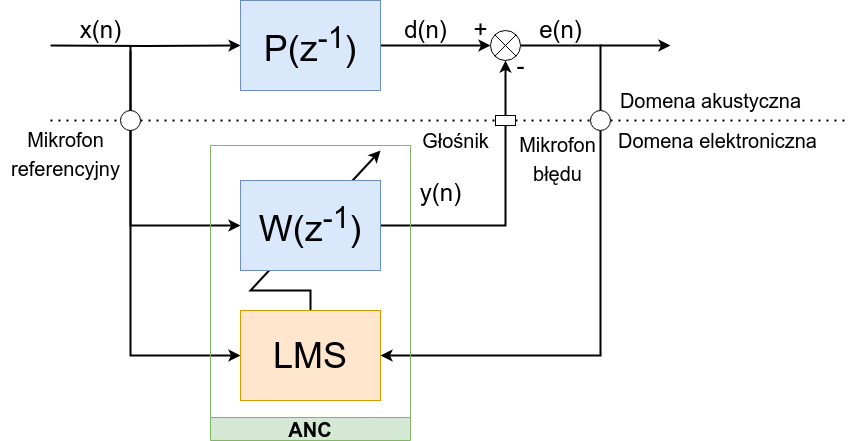
kopiecki/anc keeps this draw.io diagram as docs/polsl/thesis/graf/analysis/scheme_2.png. Above is the earlier version. Source tidied: cells renumbered, new cells last; positions are measured from the earlier drawing's top-left corner, leaving out a move shared by most shapes.
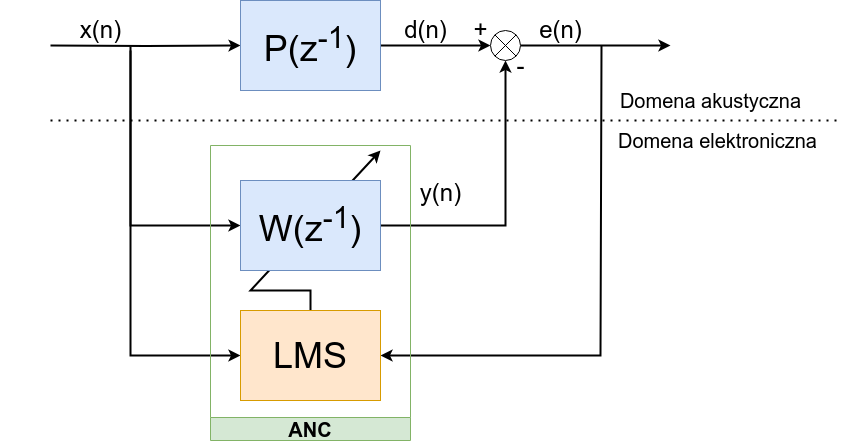
Later version of the same file.

What changed in the source:
```diff
@@ -96,45 +96,20 @@
     <mxCell id="24" value="y(n)" style="text;html=1;align=center;verticalAlign=middle;strokeColor=none;fillColor=none;fontSize=24;" parent="23" vertex="1">
       <mxGeometry x="410" y="93" width="60" height="40" as="geometry" />
     </mxCell>
-    <mxCell id="25" style="endArrow=none;dashed=1;html=1;dashPattern=1 3;strokeWidth=2;rounded=0;" parent="23" edge="1" source="30">
-      <mxGeometry relative="1" as="geometry">
-        <mxPoint x="850" y="40" as="targetPoint" />
-      </mxGeometry>
-    </mxCell>
     <mxCell id="26" value="&lt;font style=&quot;font-size: 20px;&quot;&gt;Domena akustyczna&lt;/font&gt;" style="text;html=1;align=center;verticalAlign=middle;strokeColor=none;fillColor=none;fontSize=24;" parent="23" vertex="1">
       <mxGeometry x="610" width="200" height="40" as="geometry" />
     </mxCell>
     <mxCell id="27" value="&lt;font style=&quot;font-size: 20px;&quot;&gt;Domena elektroniczna&lt;/font&gt;" style="text;html=1;align=center;verticalAlign=middle;strokeColor=none;fillColor=none;fontSize=24;" parent="23" vertex="1">
       <mxGeometry x="607" y="40" width="220" height="40" as="geometry" />
     </mxCell>
-    <mxCell id="28" style="endArrow=none;dashed=1;html=1;dashPattern=1 3;strokeWidth=2;rounded=0;" parent="23" edge="1" target="29">
+    <mxCell id="28" style="endArrow=none;dashed=1;html=1;dashPattern=1 3;strokeWidth=2;rounded=0;" parent="23" edge="1">
       <mxGeometry relative="1" as="geometry">
         <mxPoint x="50" y="40" as="sourcePoint" />
+        <mxPoint x="841.1" y="40" as="targetPoint" />
       </mxGeometry>
     </mxCell>
-    <mxCell id="29" style="ellipse;whiteSpace=wrap;html=1;" parent="23" vertex="1">
-      <mxGeometry x="120" y="30" width="20" height="20" as="geometry" />
-    </mxCell>
-    <mxCell id="30" style="ellipse;whiteSpace=wrap;html=1;" parent="23" vertex="1">
-      <mxGeometry x="590" y="30" width="20" height="20" as="geometry" />
-    </mxCell>
-    <mxCell id="31" style="endArrow=none;dashed=1;html=1;dashPattern=1 3;strokeWidth=2;rounded=0;" parent="23" edge="1" source="29" target="32">
-      <mxGeometry relative="1" as="geometry" />
-    </mxCell>
-    <mxCell id="32" style="rounded=0;whiteSpace=wrap;html=1;" parent="23" vertex="1">
-      <mxGeometry x="495" y="35" width="20" height="10" as="geometry" />
-    </mxCell>
-    <mxCell id="33" style="endArrow=none;dashed=1;html=1;dashPattern=1 3;strokeWidth=2;rounded=0;" parent="23" edge="1" source="32" target="30">
-      <mxGeometry relative="1" as="geometry" />
-    </mxCell>
-    <mxCell id="34" value="&lt;font style=&quot;font-size: 20px;&quot;&gt;Mikrofon&lt;br&gt;referencyjny&lt;br&gt;&lt;/font&gt;" style="text;html=1;align=center;verticalAlign=middle;strokeColor=none;fillColor=none;fontSize=24;" parent="23" vertex="1">
-      <mxGeometry y="38" width="130" height="70" as="geometry" />
-    </mxCell>
-    <mxCell id="35" value="&lt;font style=&quot;font-size: 20px;&quot;&gt;Głośnik&lt;br&gt;&lt;/font&gt;" style="text;html=1;align=center;verticalAlign=middle;strokeColor=none;fillColor=none;fontSize=24;" parent="23" vertex="1">
-      <mxGeometry x="410" y="40" width="90" height="40" as="geometry" />
+    <mxCell id="35" value="&lt;font style=&quot;font-size: 20px;&quot;&gt;&lt;br&gt;&lt;/font&gt;" style="text;html=1;align=center;verticalAlign=middle;strokeColor=none;fillColor=none;fontSize=24;" parent="23" vertex="1">
+      <mxGeometry x="445" y="40" width="20" height="40" as="geometry" />
     </mxCell>
-    <mxCell id="36" value="&lt;font style=&quot;font-size: 20px;&quot;&gt;Mikrofon&lt;br&gt;błędu&lt;br&gt;&lt;/font&gt;" style="text;html=1;align=center;verticalAlign=middle;strokeColor=none;fillColor=none;fontSize=24;" parent="23" vertex="1">
-      <mxGeometry x="507" y="43" width="100" height="70" as="geometry" />
-    </mxCell>
   </root>
 </mxGraphModel>
```
